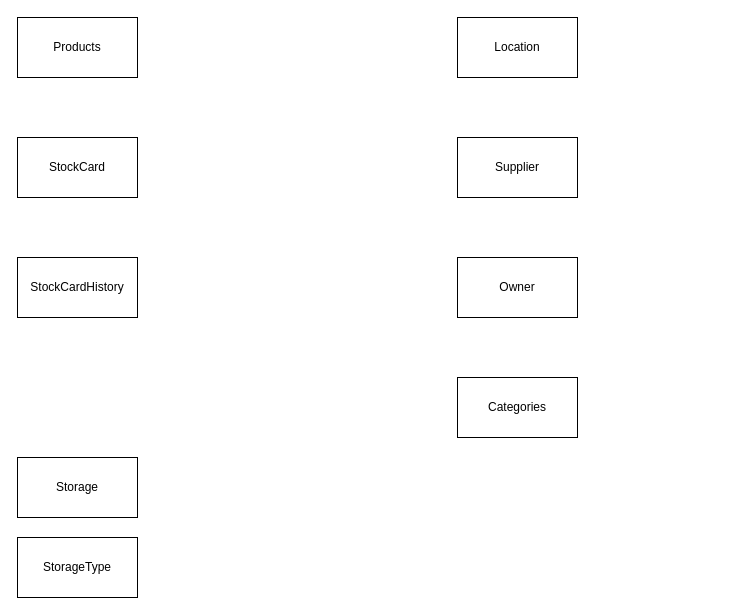
Earlier version of the draw.io diagram Inventory/Inventory.drawio (OedV/Schemas). Source tidied: cells renumbered, new cells numbered last; positions are measured from the earlier drawing's top-left corner, leaving out a move shared by most shapes. Both pictures are drawn from the tidied source at 100%, with x=0, y=0 at pixel (17, 17).
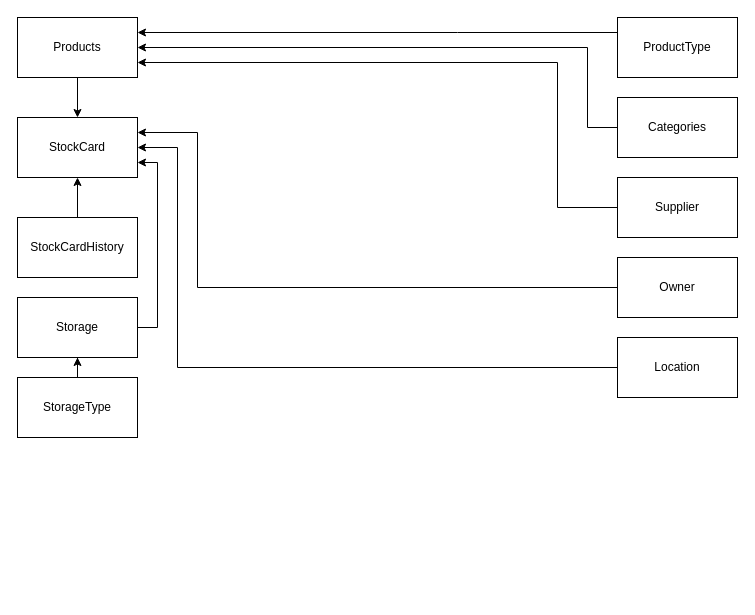
The same diagram, later.

Unchanged cells that the change refers to:
```xml
<mxCell id="2" value="Products" style="rounded=0;whiteSpace=wrap;html=1;" parent="1" vertex="1">
  <mxGeometry width="120" height="60" as="geometry" />
</mxCell>
```

Diff of the diagram source:
```diff
@@
+    <mxCell id="11" style="edgeStyle=orthogonalEdgeStyle;rounded=0;jettySize=auto;html=1;" parent="1" edge="1" source="2" target="3">
+      <mxGeometry relative="1" as="geometry" />
+    </mxCell>
@@
     <mxCell id="3" value="StockCard" style="rounded=0;whiteSpace=wrap;html=1;" parent="1" vertex="1">
-      <mxGeometry y="120" width="120" height="60" as="geometry" />
+      <mxGeometry y="100" width="120" height="60" as="geometry" />
     </mxCell>
+    <mxCell id="12" style="edgeStyle=orthogonalEdgeStyle;rounded=0;jettySize=auto;html=1;entryX=0.5;entryY=1;entryDx=0;entryDy=0;" parent="1" edge="1" source="4" target="3">
+      <mxGeometry relative="1" as="geometry" />
+    </mxCell>
     <mxCell id="4" value="StockCardHistory" style="rounded=0;whiteSpace=wrap;html=1;" parent="1" vertex="1">
-      <mxGeometry y="240" width="120" height="60" as="geometry" />
+      <mxGeometry y="200" width="120" height="60" as="geometry" />
     </mxCell>
+    <mxCell id="13" style="edgeStyle=orthogonalEdgeStyle;rounded=0;jettySize=auto;html=1;entryX=1;entryY=0.5;entryDx=0;entryDy=0;" parent="1" edge="1" source="5" target="3">
+      <mxGeometry relative="1" as="geometry">
+        <Array as="points">
+          <mxPoint x="160" y="350" />
+          <mxPoint x="160" y="130" />
+        </Array>
+      </mxGeometry>
+    </mxCell>
     <mxCell id="5" value="Location" style="rounded=0;whiteSpace=wrap;html=1;" parent="1" vertex="1">
-      <mxGeometry x="440" width="120" height="60" as="geometry" />
+      <mxGeometry x="600" y="320" width="120" height="60" as="geometry" />
     </mxCell>
+    <mxCell id="14" style="edgeStyle=orthogonalEdgeStyle;rounded=0;jettySize=auto;html=1;entryX=1;entryY=0.75;entryDx=0;entryDy=0;" parent="1" edge="1" source="6" target="2">
+      <mxGeometry relative="1" as="geometry">
+        <Array as="points">
+          <mxPoint x="540" y="190" />
+          <mxPoint x="540" y="45" />
+        </Array>
+      </mxGeometry>
+    </mxCell>
     <mxCell id="6" value="Supplier" style="rounded=0;whiteSpace=wrap;html=1;" parent="1" vertex="1">
-      <mxGeometry x="440" y="120" width="120" height="60" as="geometry" />
+      <mxGeometry x="600" y="160" width="120" height="60" as="geometry" />
     </mxCell>
+    <mxCell id="15" style="edgeStyle=orthogonalEdgeStyle;rounded=0;jettySize=auto;html=1;entryX=1;entryY=0.5;entryDx=0;entryDy=0;" parent="1" edge="1" source="7" target="2">
+      <mxGeometry relative="1" as="geometry">
+        <Array as="points">
+          <mxPoint x="570" y="110" />
+          <mxPoint x="570" y="30" />
+        </Array>
+      </mxGeometry>
+    </mxCell>
     <mxCell id="7" value="Categories" style="rounded=0;whiteSpace=wrap;html=1;" parent="1" vertex="1">
-      <mxGeometry x="440" y="360" width="120" height="60" as="geometry" />
+      <mxGeometry x="600" y="80" width="120" height="60" as="geometry" />
     </mxCell>
+    <mxCell id="16" style="edgeStyle=orthogonalEdgeStyle;rounded=0;jettySize=auto;html=1;entryX=1;entryY=0.25;entryDx=0;entryDy=0;" parent="1" edge="1" source="8" target="3">
+      <mxGeometry relative="1" as="geometry">
+        <Array as="points">
+          <mxPoint x="180" y="270" />
+          <mxPoint x="180" y="115" />
+        </Array>
+      </mxGeometry>
+    </mxCell>
     <mxCell id="8" value="Owner" style="rounded=0;whiteSpace=wrap;html=1;" parent="1" vertex="1">
-      <mxGeometry x="440" y="240" width="120" height="60" as="geometry" />
+      <mxGeometry x="600" y="240" width="120" height="60" as="geometry" />
     </mxCell>
+    <mxCell id="17" style="edgeStyle=orthogonalEdgeStyle;rounded=0;jettySize=auto;html=1;entryX=1;entryY=0.75;entryDx=0;entryDy=0;" parent="1" edge="1" source="9" target="3">
+      <mxGeometry relative="1" as="geometry">
+        <Array as="points">
+          <mxPoint x="140" y="310" />
+          <mxPoint x="140" y="145" />
+        </Array>
+      </mxGeometry>
+    </mxCell>
     <mxCell id="9" value="Storage" style="rounded=0;whiteSpace=wrap;html=1;" parent="1" vertex="1">
-      <mxGeometry y="440" width="120" height="60" as="geometry" />
+      <mxGeometry y="280" width="120" height="60" as="geometry" />
     </mxCell>
+    <mxCell id="18" style="edgeStyle=orthogonalEdgeStyle;rounded=0;jettySize=auto;html=1;" parent="1" edge="1" source="10" target="9">
+      <mxGeometry relative="1" as="geometry" />
+    </mxCell>
     <mxCell id="10" value="StorageType" style="rounded=0;whiteSpace=wrap;html=1;" parent="1" vertex="1">
-      <mxGeometry y="520" width="120" height="60" as="geometry" />
+      <mxGeometry y="360" width="120" height="60" as="geometry" />
     </mxCell>
+    <mxCell id="19" style="edgeStyle=orthogonalEdgeStyle;rounded=0;jettySize=auto;html=1;entryX=1;entryY=0.25;entryDx=0;entryDy=0;" parent="1" edge="1" source="20" target="2">
+      <mxGeometry relative="1" as="geometry">
+        <Array as="points">
+          <mxPoint x="440" y="15" />
+          <mxPoint x="440" y="15" />
+        </Array>
+      </mxGeometry>
+    </mxCell>
+    <mxCell id="20" value="ProductType" style="rounded=0;whiteSpace=wrap;html=1;" parent="1" vertex="1">
+      <mxGeometry x="600" width="120" height="60" as="geometry" />
+    </mxCell>
```
